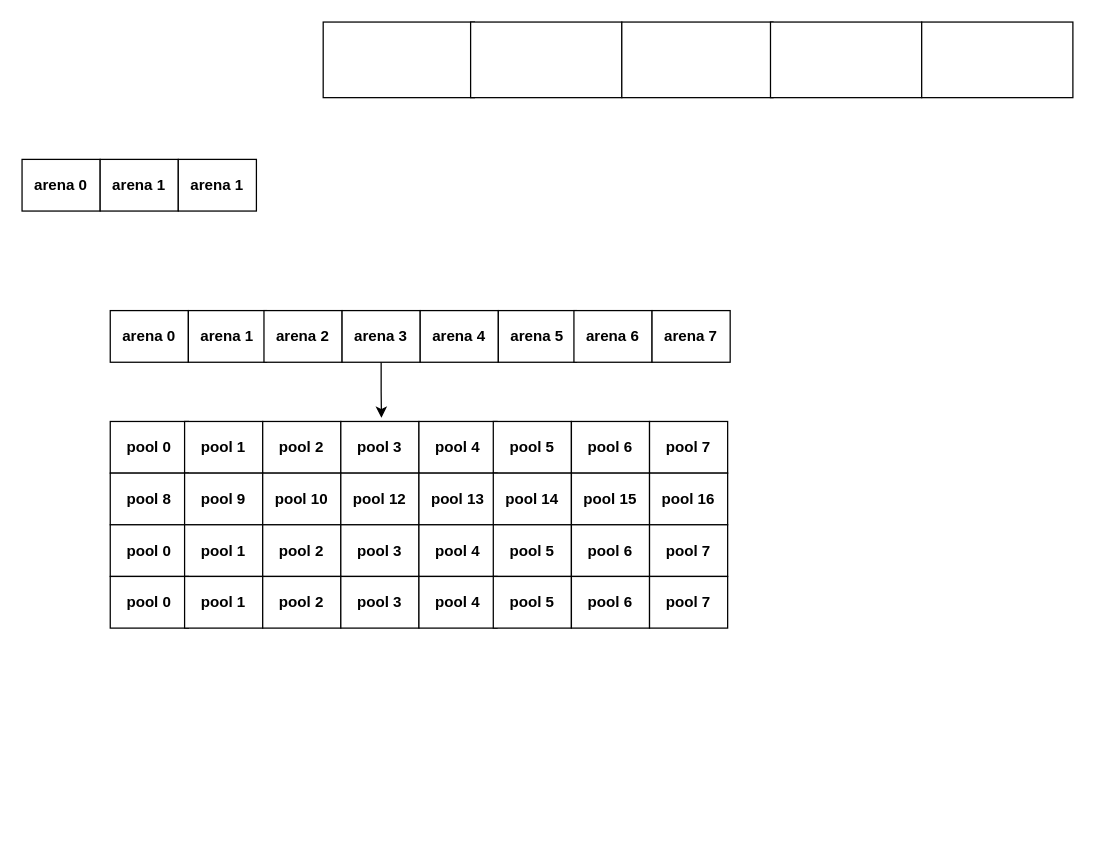
This is maze.drawio from prim/git, a draw.io file, before an edit. Source tidied: cells renumbered, new cells numbered last; positions are measured from the earlier drawing's top-left corner, leaving out a move shared by most shapes. Both pictures are drawn from the tidied source at 126%, with x=0, y=0 at pixel (21, 21).
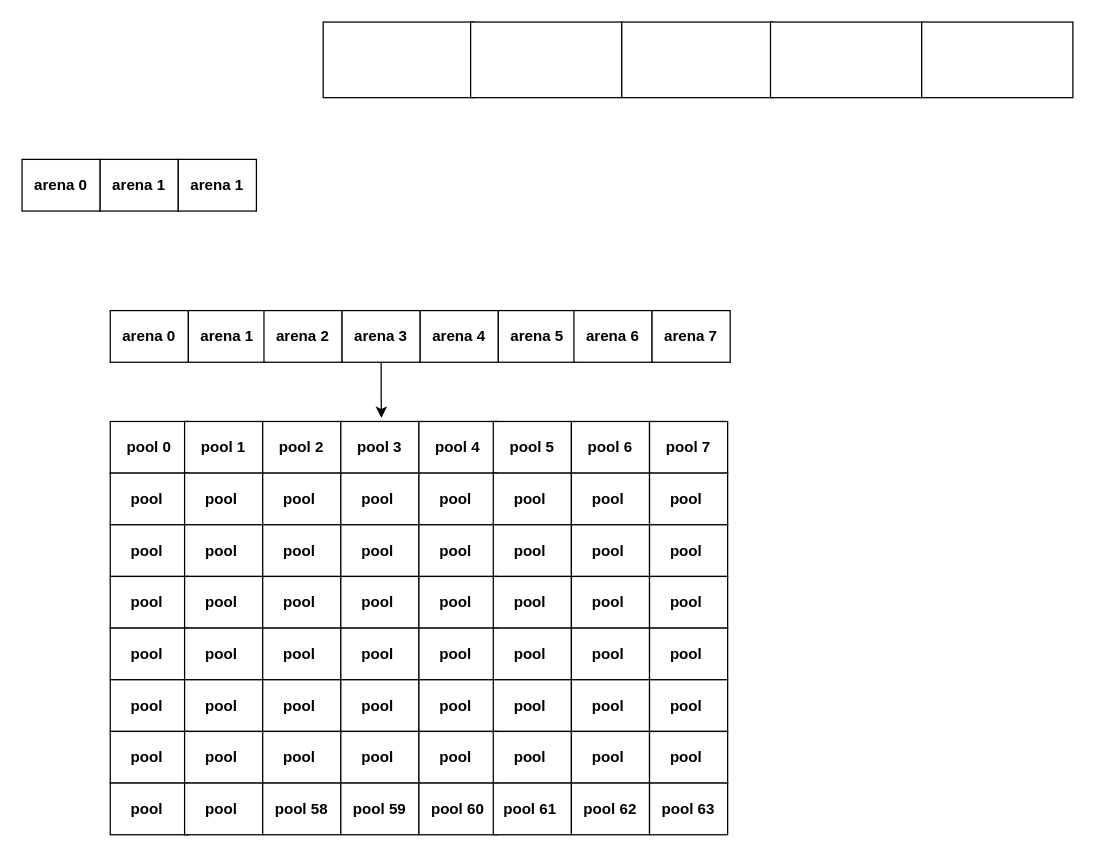
The same diagram, later.

The edit, as a diff of the source:
```diff
@@
-    <mxCell id="27" value="&lt;b&gt;pool 8&lt;br&gt;&lt;/b&gt;" style="rounded=0;whiteSpace=wrap;html=1;" parent="1" vertex="1">
+    <mxCell id="27" value="&lt;b&gt;pool&amp;nbsp;&lt;br&gt;&lt;/b&gt;" style="rounded=0;whiteSpace=wrap;html=1;" parent="1" vertex="1">
       <mxGeometry x="70" y="358" width="62" height="41" as="geometry" />
     </mxCell>
-    <mxCell id="28" value="&lt;b&gt;pool 9&lt;br&gt;&lt;/b&gt;" style="rounded=0;whiteSpace=wrap;html=1;" parent="1" vertex="1">
+    <mxCell id="28" value="&lt;b&gt;pool&amp;nbsp;&lt;br&gt;&lt;/b&gt;" style="rounded=0;whiteSpace=wrap;html=1;" parent="1" vertex="1">
       <mxGeometry x="129" y="358" width="62" height="41" as="geometry" />
     </mxCell>
-    <mxCell id="29" value="&lt;b&gt;pool 10&lt;br&gt;&lt;/b&gt;" style="rounded=0;whiteSpace=wrap;html=1;" parent="1" vertex="1">
+    <mxCell id="29" value="&lt;b&gt;pool&amp;nbsp;&lt;br&gt;&lt;/b&gt;" style="rounded=0;whiteSpace=wrap;html=1;" parent="1" vertex="1">
       <mxGeometry x="191" y="358" width="62" height="41" as="geometry" />
     </mxCell>
-    <mxCell id="30" value="&lt;b&gt;pool 12&lt;br&gt;&lt;/b&gt;" style="rounded=0;whiteSpace=wrap;html=1;" parent="1" vertex="1">
+    <mxCell id="30" value="&lt;b&gt;pool&amp;nbsp;&lt;br&gt;&lt;/b&gt;" style="rounded=0;whiteSpace=wrap;html=1;" parent="1" vertex="1">
       <mxGeometry x="253" y="358" width="62" height="41" as="geometry" />
     </mxCell>
-    <mxCell id="31" value="&lt;b&gt;pool 13&lt;br&gt;&lt;/b&gt;" style="rounded=0;whiteSpace=wrap;html=1;" parent="1" vertex="1">
+    <mxCell id="31" value="&lt;b&gt;pool&amp;nbsp;&lt;br&gt;&lt;/b&gt;" style="rounded=0;whiteSpace=wrap;html=1;" parent="1" vertex="1">
       <mxGeometry x="315" y="358" width="62" height="41" as="geometry" />
     </mxCell>
-    <mxCell id="32" value="&lt;b&gt;pool 14&lt;br&gt;&lt;/b&gt;" style="rounded=0;whiteSpace=wrap;html=1;" parent="1" vertex="1">
+    <mxCell id="32" value="&lt;b&gt;pool&amp;nbsp;&lt;br&gt;&lt;/b&gt;" style="rounded=0;whiteSpace=wrap;html=1;" parent="1" vertex="1">
       <mxGeometry x="374" y="358" width="62" height="41" as="geometry" />
     </mxCell>
-    <mxCell id="33" value="&lt;b&gt;pool 15&lt;br&gt;&lt;/b&gt;" style="rounded=0;whiteSpace=wrap;html=1;" parent="1" vertex="1">
+    <mxCell id="33" value="&lt;b&gt;pool&amp;nbsp;&lt;br&gt;&lt;/b&gt;" style="rounded=0;whiteSpace=wrap;html=1;" parent="1" vertex="1">
       <mxGeometry x="436" y="358" width="62" height="41" as="geometry" />
     </mxCell>
-    <mxCell id="34" value="&lt;b&gt;pool 16&lt;br&gt;&lt;/b&gt;" style="rounded=0;whiteSpace=wrap;html=1;" parent="1" vertex="1">
+    <mxCell id="34" value="&lt;b&gt;pool&amp;nbsp;&lt;br&gt;&lt;/b&gt;" style="rounded=0;whiteSpace=wrap;html=1;" parent="1" vertex="1">
       <mxGeometry x="498" y="358" width="62" height="41" as="geometry" />
     </mxCell>
-    <mxCell id="35" value="&lt;b&gt;pool 0&lt;br&gt;&lt;/b&gt;" style="rounded=0;whiteSpace=wrap;html=1;" parent="1" vertex="1">
-      <mxGeometry x="70" y="399" width="62" height="41" as="geometry" />
-    </mxCell>
-    <mxCell id="36" value="&lt;b&gt;pool 1&lt;br&gt;&lt;/b&gt;" style="rounded=0;whiteSpace=wrap;html=1;" parent="1" vertex="1">
-      <mxGeometry x="129" y="399" width="62" height="41" as="geometry" />
-    </mxCell>
-    <mxCell id="37" value="&lt;b&gt;pool 2&lt;br&gt;&lt;/b&gt;" style="rounded=0;whiteSpace=wrap;html=1;" parent="1" vertex="1">
-      <mxGeometry x="191" y="399" width="62" height="41" as="geometry" />
-    </mxCell>
-    <mxCell id="38" value="&lt;b&gt;pool 3&lt;br&gt;&lt;/b&gt;" style="rounded=0;whiteSpace=wrap;html=1;" parent="1" vertex="1">
-      <mxGeometry x="253" y="399" width="62" height="41" as="geometry" />
-    </mxCell>
-    <mxCell id="39" value="&lt;b&gt;pool 4&lt;br&gt;&lt;/b&gt;" style="rounded=0;whiteSpace=wrap;html=1;" parent="1" vertex="1">
-      <mxGeometry x="315" y="399" width="62" height="41" as="geometry" />
-    </mxCell>
-    <mxCell id="40" value="&lt;b&gt;pool 5&lt;br&gt;&lt;/b&gt;" style="rounded=0;whiteSpace=wrap;html=1;" parent="1" vertex="1">
-      <mxGeometry x="374" y="399" width="62" height="41" as="geometry" />
-    </mxCell>
-    <mxCell id="41" value="&lt;b&gt;pool 6&lt;br&gt;&lt;/b&gt;" style="rounded=0;whiteSpace=wrap;html=1;" parent="1" vertex="1">
-      <mxGeometry x="436" y="399" width="62" height="41" as="geometry" />
-    </mxCell>
-    <mxCell id="42" value="&lt;b&gt;pool 7&lt;br&gt;&lt;/b&gt;" style="rounded=0;whiteSpace=wrap;html=1;" parent="1" vertex="1">
-      <mxGeometry x="498" y="399" width="62" height="41" as="geometry" />
-    </mxCell>
-    <mxCell id="43" value="&lt;b&gt;pool 0&lt;br&gt;&lt;/b&gt;" style="rounded=0;whiteSpace=wrap;html=1;" parent="1" vertex="1">
-      <mxGeometry x="70" y="440" width="62" height="41" as="geometry" />
-    </mxCell>
-    <mxCell id="44" value="&lt;b&gt;pool 1&lt;br&gt;&lt;/b&gt;" style="rounded=0;whiteSpace=wrap;html=1;" parent="1" vertex="1">
-      <mxGeometry x="129" y="440" width="62" height="41" as="geometry" />
-    </mxCell>
-    <mxCell id="45" value="&lt;b&gt;pool 2&lt;br&gt;&lt;/b&gt;" style="rounded=0;whiteSpace=wrap;html=1;" parent="1" vertex="1">
-      <mxGeometry x="191" y="440" width="62" height="41" as="geometry" />
-    </mxCell>
-    <mxCell id="46" value="&lt;b&gt;pool 3&lt;br&gt;&lt;/b&gt;" style="rounded=0;whiteSpace=wrap;html=1;" parent="1" vertex="1">
-      <mxGeometry x="253" y="440" width="62" height="41" as="geometry" />
-    </mxCell>
-    <mxCell id="47" value="&lt;b&gt;pool 4&lt;br&gt;&lt;/b&gt;" style="rounded=0;whiteSpace=wrap;html=1;" parent="1" vertex="1">
-      <mxGeometry x="315" y="440" width="62" height="41" as="geometry" />
-    </mxCell>
-    <mxCell id="48" value="&lt;b&gt;pool 5&lt;br&gt;&lt;/b&gt;" style="rounded=0;whiteSpace=wrap;html=1;" parent="1" vertex="1">
-      <mxGeometry x="374" y="440" width="62" height="41" as="geometry" />
-    </mxCell>
-    <mxCell id="49" value="&lt;b&gt;pool 6&lt;br&gt;&lt;/b&gt;" style="rounded=0;whiteSpace=wrap;html=1;" parent="1" vertex="1">
-      <mxGeometry x="436" y="440" width="62" height="41" as="geometry" />
-    </mxCell>
-    <mxCell id="50" value="&lt;b&gt;pool 7&lt;br&gt;&lt;/b&gt;" style="rounded=0;whiteSpace=wrap;html=1;" parent="1" vertex="1">
-      <mxGeometry x="498" y="440" width="62" height="41" as="geometry" />
-    </mxCell>
+    <mxCell id="51" value="&lt;b&gt;pool&amp;nbsp;&lt;br&gt;&lt;/b&gt;" style="rounded=0;whiteSpace=wrap;html=1;" parent="1" vertex="1">
+      <mxGeometry x="70" y="399" width="62" height="41" as="geometry" />
+    </mxCell>
+    <mxCell id="52" value="&lt;b&gt;pool&amp;nbsp;&lt;br&gt;&lt;/b&gt;" style="rounded=0;whiteSpace=wrap;html=1;" parent="1" vertex="1">
+      <mxGeometry x="129" y="399" width="62" height="41" as="geometry" />
+    </mxCell>
+    <mxCell id="53" value="&lt;b&gt;pool&amp;nbsp;&lt;br&gt;&lt;/b&gt;" style="rounded=0;whiteSpace=wrap;html=1;" parent="1" vertex="1">
+      <mxGeometry x="191" y="399" width="62" height="41" as="geometry" />
+    </mxCell>
+    <mxCell id="54" value="&lt;b&gt;pool&amp;nbsp;&lt;br&gt;&lt;/b&gt;" style="rounded=0;whiteSpace=wrap;html=1;" parent="1" vertex="1">
+      <mxGeometry x="253" y="399" width="62" height="41" as="geometry" />
+    </mxCell>
+    <mxCell id="55" value="&lt;b&gt;pool&amp;nbsp;&lt;br&gt;&lt;/b&gt;" style="rounded=0;whiteSpace=wrap;html=1;" parent="1" vertex="1">
+      <mxGeometry x="315" y="399" width="62" height="41" as="geometry" />
+    </mxCell>
+    <mxCell id="56" value="&lt;b&gt;pool&amp;nbsp;&lt;br&gt;&lt;/b&gt;" style="rounded=0;whiteSpace=wrap;html=1;" parent="1" vertex="1">
+      <mxGeometry x="374" y="399" width="62" height="41" as="geometry" />
+    </mxCell>
+    <mxCell id="57" value="&lt;b&gt;pool&amp;nbsp;&lt;br&gt;&lt;/b&gt;" style="rounded=0;whiteSpace=wrap;html=1;" parent="1" vertex="1">
+      <mxGeometry x="436" y="399" width="62" height="41" as="geometry" />
+    </mxCell>
+    <mxCell id="58" value="&lt;b&gt;pool&amp;nbsp;&lt;br&gt;&lt;/b&gt;" style="rounded=0;whiteSpace=wrap;html=1;" parent="1" vertex="1">
+      <mxGeometry x="498" y="399" width="62" height="41" as="geometry" />
+    </mxCell>
+    <mxCell id="59" value="&lt;b&gt;pool&amp;nbsp;&lt;br&gt;&lt;/b&gt;" style="rounded=0;whiteSpace=wrap;html=1;" parent="1" vertex="1">
+      <mxGeometry x="70" y="440" width="62" height="41" as="geometry" />
+    </mxCell>
+    <mxCell id="60" value="&lt;b&gt;pool&amp;nbsp;&lt;br&gt;&lt;/b&gt;" style="rounded=0;whiteSpace=wrap;html=1;" parent="1" vertex="1">
+      <mxGeometry x="129" y="440" width="62" height="41" as="geometry" />
+    </mxCell>
+    <mxCell id="61" value="&lt;b&gt;pool&amp;nbsp;&lt;br&gt;&lt;/b&gt;" style="rounded=0;whiteSpace=wrap;html=1;" parent="1" vertex="1">
+      <mxGeometry x="191" y="440" width="62" height="41" as="geometry" />
+    </mxCell>
+    <mxCell id="62" value="&lt;b&gt;pool&amp;nbsp;&lt;br&gt;&lt;/b&gt;" style="rounded=0;whiteSpace=wrap;html=1;" parent="1" vertex="1">
+      <mxGeometry x="253" y="440" width="62" height="41" as="geometry" />
+    </mxCell>
+    <mxCell id="63" value="&lt;b&gt;pool&amp;nbsp;&lt;br&gt;&lt;/b&gt;" style="rounded=0;whiteSpace=wrap;html=1;" parent="1" vertex="1">
+      <mxGeometry x="315" y="440" width="62" height="41" as="geometry" />
+    </mxCell>
+    <mxCell id="64" value="&lt;b&gt;pool&amp;nbsp;&lt;br&gt;&lt;/b&gt;" style="rounded=0;whiteSpace=wrap;html=1;" parent="1" vertex="1">
+      <mxGeometry x="374" y="440" width="62" height="41" as="geometry" />
+    </mxCell>
+    <mxCell id="65" value="&lt;b&gt;pool&amp;nbsp;&lt;br&gt;&lt;/b&gt;" style="rounded=0;whiteSpace=wrap;html=1;" parent="1" vertex="1">
+      <mxGeometry x="436" y="440" width="62" height="41" as="geometry" />
+    </mxCell>
+    <mxCell id="66" value="&lt;b&gt;pool&amp;nbsp;&lt;br&gt;&lt;/b&gt;" style="rounded=0;whiteSpace=wrap;html=1;" parent="1" vertex="1">
+      <mxGeometry x="498" y="440" width="62" height="41" as="geometry" />
+    </mxCell>
+    <mxCell id="67" value="&lt;b&gt;pool&amp;nbsp;&lt;br&gt;&lt;/b&gt;" style="rounded=0;whiteSpace=wrap;html=1;" parent="1" vertex="1">
+      <mxGeometry x="70" y="481" width="62" height="41" as="geometry" />
+    </mxCell>
+    <mxCell id="68" value="&lt;b&gt;pool&amp;nbsp;&lt;br&gt;&lt;/b&gt;" style="rounded=0;whiteSpace=wrap;html=1;" parent="1" vertex="1">
+      <mxGeometry x="129" y="481" width="62" height="41" as="geometry" />
+    </mxCell>
+    <mxCell id="69" value="&lt;b&gt;pool&amp;nbsp;&lt;br&gt;&lt;/b&gt;" style="rounded=0;whiteSpace=wrap;html=1;" parent="1" vertex="1">
+      <mxGeometry x="191" y="481" width="62" height="41" as="geometry" />
+    </mxCell>
+    <mxCell id="70" value="&lt;b&gt;pool&amp;nbsp;&lt;br&gt;&lt;/b&gt;" style="rounded=0;whiteSpace=wrap;html=1;" parent="1" vertex="1">
+      <mxGeometry x="253" y="481" width="62" height="41" as="geometry" />
+    </mxCell>
+    <mxCell id="71" value="&lt;b&gt;pool&amp;nbsp;&lt;br&gt;&lt;/b&gt;" style="rounded=0;whiteSpace=wrap;html=1;" parent="1" vertex="1">
+      <mxGeometry x="315" y="481" width="62" height="41" as="geometry" />
+    </mxCell>
+    <mxCell id="72" value="&lt;b&gt;pool&amp;nbsp;&lt;br&gt;&lt;/b&gt;" style="rounded=0;whiteSpace=wrap;html=1;" parent="1" vertex="1">
+      <mxGeometry x="374" y="481" width="62" height="41" as="geometry" />
+    </mxCell>
+    <mxCell id="73" value="&lt;b&gt;pool&amp;nbsp;&lt;br&gt;&lt;/b&gt;" style="rounded=0;whiteSpace=wrap;html=1;" parent="1" vertex="1">
+      <mxGeometry x="436" y="481" width="62" height="41" as="geometry" />
+    </mxCell>
+    <mxCell id="74" value="&lt;b&gt;pool&amp;nbsp;&lt;br&gt;&lt;/b&gt;" style="rounded=0;whiteSpace=wrap;html=1;" parent="1" vertex="1">
+      <mxGeometry x="498" y="481" width="62" height="41" as="geometry" />
+    </mxCell>
+    <mxCell id="75" value="&lt;b&gt;pool&amp;nbsp;&lt;br&gt;&lt;/b&gt;" style="rounded=0;whiteSpace=wrap;html=1;" parent="1" vertex="1">
+      <mxGeometry x="70" y="522" width="62" height="41" as="geometry" />
+    </mxCell>
+    <mxCell id="76" value="&lt;b&gt;pool&amp;nbsp;&lt;br&gt;&lt;/b&gt;" style="rounded=0;whiteSpace=wrap;html=1;" parent="1" vertex="1">
+      <mxGeometry x="129" y="522" width="62" height="41" as="geometry" />
+    </mxCell>
+    <mxCell id="77" value="&lt;b&gt;pool&amp;nbsp;&lt;br&gt;&lt;/b&gt;" style="rounded=0;whiteSpace=wrap;html=1;" parent="1" vertex="1">
+      <mxGeometry x="191" y="522" width="62" height="41" as="geometry" />
+    </mxCell>
+    <mxCell id="78" value="&lt;b&gt;pool&amp;nbsp;&lt;br&gt;&lt;/b&gt;" style="rounded=0;whiteSpace=wrap;html=1;" parent="1" vertex="1">
+      <mxGeometry x="253" y="522" width="62" height="41" as="geometry" />
+    </mxCell>
+    <mxCell id="79" value="&lt;b&gt;pool&amp;nbsp;&lt;br&gt;&lt;/b&gt;" style="rounded=0;whiteSpace=wrap;html=1;" parent="1" vertex="1">
+      <mxGeometry x="315" y="522" width="62" height="41" as="geometry" />
+    </mxCell>
+    <mxCell id="80" value="&lt;b&gt;pool&amp;nbsp;&lt;br&gt;&lt;/b&gt;" style="rounded=0;whiteSpace=wrap;html=1;" parent="1" vertex="1">
+      <mxGeometry x="374" y="522" width="62" height="41" as="geometry" />
+    </mxCell>
+    <mxCell id="81" value="&lt;b&gt;pool&amp;nbsp;&lt;br&gt;&lt;/b&gt;" style="rounded=0;whiteSpace=wrap;html=1;" parent="1" vertex="1">
+      <mxGeometry x="436" y="522" width="62" height="41" as="geometry" />
+    </mxCell>
+    <mxCell id="82" value="&lt;b&gt;pool&amp;nbsp;&lt;br&gt;&lt;/b&gt;" style="rounded=0;whiteSpace=wrap;html=1;" parent="1" vertex="1">
+      <mxGeometry x="498" y="522" width="62" height="41" as="geometry" />
+    </mxCell>
+    <mxCell id="83" value="&lt;b&gt;pool&amp;nbsp;&lt;br&gt;&lt;/b&gt;" style="rounded=0;whiteSpace=wrap;html=1;" parent="1" vertex="1">
+      <mxGeometry x="70" y="563" width="62" height="41" as="geometry" />
+    </mxCell>
+    <mxCell id="84" value="&lt;b&gt;pool&amp;nbsp;&lt;br&gt;&lt;/b&gt;" style="rounded=0;whiteSpace=wrap;html=1;" parent="1" vertex="1">
+      <mxGeometry x="129" y="563" width="62" height="41" as="geometry" />
+    </mxCell>
+    <mxCell id="85" value="&lt;b&gt;pool&amp;nbsp;&lt;br&gt;&lt;/b&gt;" style="rounded=0;whiteSpace=wrap;html=1;" parent="1" vertex="1">
+      <mxGeometry x="191" y="563" width="62" height="41" as="geometry" />
+    </mxCell>
+    <mxCell id="86" value="&lt;b&gt;pool&amp;nbsp;&lt;br&gt;&lt;/b&gt;" style="rounded=0;whiteSpace=wrap;html=1;" parent="1" vertex="1">
+      <mxGeometry x="253" y="563" width="62" height="41" as="geometry" />
+    </mxCell>
+    <mxCell id="87" value="&lt;b&gt;pool&amp;nbsp;&lt;br&gt;&lt;/b&gt;" style="rounded=0;whiteSpace=wrap;html=1;" parent="1" vertex="1">
+      <mxGeometry x="315" y="563" width="62" height="41" as="geometry" />
+    </mxCell>
+    <mxCell id="88" value="&lt;b&gt;pool&amp;nbsp;&lt;br&gt;&lt;/b&gt;" style="rounded=0;whiteSpace=wrap;html=1;" parent="1" vertex="1">
+      <mxGeometry x="374" y="563" width="62" height="41" as="geometry" />
+    </mxCell>
+    <mxCell id="89" value="&lt;b&gt;pool&amp;nbsp;&lt;br&gt;&lt;/b&gt;" style="rounded=0;whiteSpace=wrap;html=1;" parent="1" vertex="1">
+      <mxGeometry x="436" y="563" width="62" height="41" as="geometry" />
+    </mxCell>
+    <mxCell id="90" value="&lt;b&gt;pool&amp;nbsp;&lt;br&gt;&lt;/b&gt;" style="rounded=0;whiteSpace=wrap;html=1;" parent="1" vertex="1">
+      <mxGeometry x="498" y="563" width="62" height="41" as="geometry" />
+    </mxCell>
+    <mxCell id="91" value="&lt;b&gt;pool&amp;nbsp;&lt;br&gt;&lt;/b&gt;" style="rounded=0;whiteSpace=wrap;html=1;" parent="1" vertex="1">
+      <mxGeometry x="70" y="604" width="62" height="41" as="geometry" />
+    </mxCell>
+    <mxCell id="92" value="&lt;b&gt;pool&amp;nbsp;&lt;br&gt;&lt;/b&gt;" style="rounded=0;whiteSpace=wrap;html=1;" parent="1" vertex="1">
+      <mxGeometry x="129" y="604" width="62" height="41" as="geometry" />
+    </mxCell>
+    <mxCell id="93" value="&lt;b&gt;pool 58&lt;br&gt;&lt;/b&gt;" style="rounded=0;whiteSpace=wrap;html=1;" parent="1" vertex="1">
+      <mxGeometry x="191" y="604" width="62" height="41" as="geometry" />
+    </mxCell>
+    <mxCell id="94" value="&lt;b&gt;pool 59&lt;br&gt;&lt;/b&gt;" style="rounded=0;whiteSpace=wrap;html=1;" parent="1" vertex="1">
+      <mxGeometry x="253" y="604" width="62" height="41" as="geometry" />
+    </mxCell>
+    <mxCell id="95" value="&lt;b&gt;pool 60&lt;br&gt;&lt;/b&gt;" style="rounded=0;whiteSpace=wrap;html=1;" parent="1" vertex="1">
+      <mxGeometry x="315" y="604" width="62" height="41" as="geometry" />
+    </mxCell>
+    <mxCell id="96" value="&lt;b&gt;pool 61&amp;nbsp;&lt;br&gt;&lt;/b&gt;" style="rounded=0;whiteSpace=wrap;html=1;" parent="1" vertex="1">
+      <mxGeometry x="374" y="604" width="62" height="41" as="geometry" />
+    </mxCell>
+    <mxCell id="97" value="&lt;b&gt;pool 62&lt;br&gt;&lt;/b&gt;" style="rounded=0;whiteSpace=wrap;html=1;" parent="1" vertex="1">
+      <mxGeometry x="436" y="604" width="62" height="41" as="geometry" />
+    </mxCell>
+    <mxCell id="98" value="&lt;b&gt;pool 63&lt;br&gt;&lt;/b&gt;" style="rounded=0;whiteSpace=wrap;html=1;" parent="1" vertex="1">
+      <mxGeometry x="498" y="604" width="62" height="41" as="geometry" />
+    </mxCell>
```
